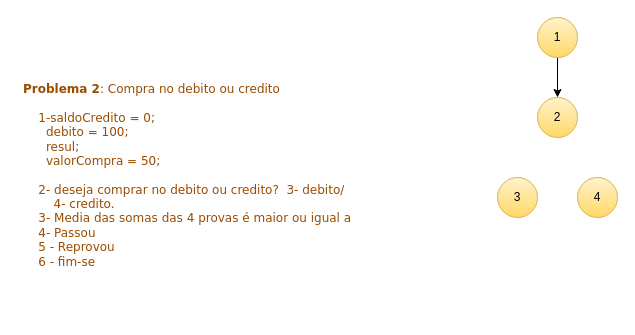
This is Grafo de fluxo 2.drawio from JudilenaGalvao/Prova2_GQS_Q2, a draw.io file, before an edit. Source tidied: cells renumbered, new cells numbered last; positions are measured from the earlier drawing's top-left corner, leaving out a move shared by most shapes. Both pictures are drawn from the tidied source at 100%, with x=0, y=0 at pixel (17, 17).
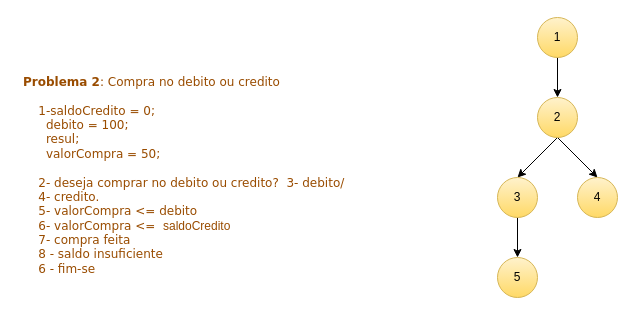
The same diagram, later.

What changed in the source:
```diff
@@
 <mxGraphModel>
   <root>
     <mxCell id="0" />
     <mxCell id="1" parent="0" />
-    <mxCell id="2" value="&lt;font color=&quot;#994c00&quot; face=&quot;Verdana&quot;&gt;&lt;b&gt;Problema 2&lt;/b&gt;: Compra no debito ou credito&lt;br&gt;&lt;br&gt;&lt;span style=&quot;&quot;&gt;&lt;span style=&quot;&quot;&gt;&amp;nbsp;&amp;nbsp;&amp;nbsp;&amp;nbsp;&lt;/span&gt;&lt;/span&gt;1-&lt;/font&gt;&lt;font face=&quot;Verdana&quot; color=&quot;#994c00&quot;&gt;saldoCredito = 0;&lt;/font&gt;&lt;font color=&quot;#994c00&quot; face=&quot;Verdana&quot;&gt;&lt;div&gt;&amp;nbsp;&lt;span style=&quot;&quot;&gt;&lt;span style=&quot;white-space: pre;&quot;&gt;&amp;nbsp;&amp;nbsp;&amp;nbsp;&amp;nbsp; &lt;/span&gt;&lt;/span&gt;debito = 100;&lt;/div&gt;&lt;div&gt;&amp;nbsp; &lt;span style=&quot;&quot;&gt;&lt;span style=&quot;white-space: pre;&quot;&gt;&amp;nbsp;&amp;nbsp;&amp;nbsp;&amp;nbsp;&lt;/span&gt;&lt;/span&gt;resul;&lt;/div&gt;&lt;div&gt;&amp;nbsp; &lt;span style=&quot;&quot;&gt;&lt;span style=&quot;white-space: pre;&quot;&gt;&amp;nbsp;&amp;nbsp;&amp;nbsp;&amp;nbsp;&lt;/span&gt;&lt;/span&gt;valorCompra = 50;&lt;/div&gt;&lt;br&gt;&lt;span style=&quot;&quot;&gt;&lt;span style=&quot;&quot;&gt;&amp;nbsp;&amp;nbsp;&amp;nbsp;&amp;nbsp;&lt;/span&gt;&lt;/span&gt;2- deseja comprar no debito ou credito?&amp;nbsp; 3- debito/ &lt;span style=&quot;white-space: pre;&quot;&gt;&#9;&lt;/span&gt;4-&amp;nbsp;credito.&lt;br&gt;&lt;span style=&quot;&quot;&gt;&lt;span style=&quot;&quot;&gt;&amp;nbsp;&amp;nbsp;&amp;nbsp;&amp;nbsp;&lt;/span&gt;&lt;/span&gt;3- Media das somas das 4 provas é maior ou igual a&amp;nbsp;&lt;br&gt;&lt;span style=&quot;&quot;&gt;&lt;span style=&quot;&quot;&gt;&amp;nbsp;&amp;nbsp;&amp;nbsp;&amp;nbsp;&lt;/span&gt;&lt;/span&gt;4- Passou&lt;br&gt;&amp;nbsp; &amp;nbsp; 5 - Reprovou&lt;br&gt;&amp;nbsp; &amp;nbsp; 6 - fim-se&lt;/font&gt;" style="text;strokeColor=none;fillColor=none;align=left;verticalAlign=middle;spacingLeft=4;spacingRight=4;overflow=hidden;whiteSpace=wrap;html=1;" parent="1" vertex="1">
+    <mxCell id="2" value="&lt;font color=&quot;#994c00&quot; face=&quot;Verdana&quot;&gt;&lt;b&gt;Problema 2&lt;/b&gt;: Compra no debito ou credito&lt;br&gt;&lt;br&gt;&lt;span style=&quot;&quot;&gt;&lt;span style=&quot;&quot;&gt;&amp;nbsp;&amp;nbsp;&amp;nbsp;&amp;nbsp;&lt;/span&gt;&lt;/span&gt;1-&lt;/font&gt;&lt;font face=&quot;Verdana&quot; color=&quot;#994c00&quot;&gt;saldoCredito = 0;&lt;/font&gt;&lt;font color=&quot;#994c00&quot; face=&quot;Verdana&quot;&gt;&lt;div&gt;&amp;nbsp;&lt;span style=&quot;&quot;&gt;&lt;span style=&quot;&quot;&gt;&amp;nbsp;&amp;nbsp;&amp;nbsp;&amp;nbsp; &lt;/span&gt;&lt;/span&gt;debito = 100;&lt;/div&gt;&lt;div&gt;&amp;nbsp; &lt;span style=&quot;&quot;&gt;&lt;span style=&quot;&quot;&gt;&amp;nbsp;&amp;nbsp;&amp;nbsp;&amp;nbsp;&lt;/span&gt;&lt;/span&gt;resul;&lt;/div&gt;&lt;div&gt;&amp;nbsp; &lt;span style=&quot;&quot;&gt;&lt;span style=&quot;&quot;&gt;&amp;nbsp;&amp;nbsp;&amp;nbsp;&amp;nbsp;&lt;/span&gt;&lt;/span&gt;valorCompra = 50;&lt;/div&gt;&lt;br&gt;&lt;span style=&quot;&quot;&gt;&lt;span style=&quot;&quot;&gt;&amp;nbsp;&amp;nbsp;&amp;nbsp;&amp;nbsp;&lt;/span&gt;&lt;/span&gt;2- deseja comprar no debito ou credito?&amp;nbsp; 3- debito/ &lt;span style=&quot;&quot;&gt;&lt;span style=&quot;white-space: pre;&quot;&gt;&amp;nbsp;&amp;nbsp;&amp;nbsp;&amp;nbsp;&lt;/span&gt;&lt;/span&gt;4-&amp;nbsp;credito.&lt;br&gt;&lt;span style=&quot;&quot;&gt;&lt;span style=&quot;&quot;&gt;&amp;nbsp; &amp;nbsp; 5&lt;/span&gt;&lt;/span&gt;- valorCompra &amp;lt;= debito&lt;br&gt;&amp;nbsp; &amp;nbsp; 6- valorCompra &amp;lt;=&amp;nbsp;&amp;nbsp;&lt;/font&gt;&lt;font color=&quot;#994c00&quot;&gt;saldoCredito&amp;nbsp;&lt;/font&gt;&lt;font color=&quot;#994c00&quot; face=&quot;Verdana&quot;&gt;&lt;br&gt;&lt;span style=&quot;&quot;&gt;&lt;span style=&quot;&quot;&gt;&amp;nbsp; &amp;nbsp; 7&lt;/span&gt;&lt;/span&gt;- compra feita&lt;br&gt;&amp;nbsp; &amp;nbsp; 8 - saldo insuficiente&lt;br&gt;&amp;nbsp; &amp;nbsp; 6 - fim-se&lt;/font&gt;" style="text;strokeColor=none;fillColor=none;align=left;verticalAlign=middle;spacingLeft=4;spacingRight=4;overflow=hidden;whiteSpace=wrap;html=1;" parent="1" vertex="1">
       <mxGeometry y="15" width="350" height="285" as="geometry" />
     </mxCell>
     <mxCell id="3" style="edgeStyle=orthogonalEdgeStyle;rounded=0;jettySize=auto;html=1;exitX=0.5;exitY=1;exitDx=0;exitDy=0;entryX=0.5;entryY=0;entryDx=0;entryDy=0;" parent="1" edge="1" source="4" target="5">
       <mxGeometry relative="1" as="geometry" />
     </mxCell>
     <mxCell id="4" value="1" style="ellipse;whiteSpace=wrap;html=1;fillColor=#fff2cc;strokeColor=#d6b656;gradientColor=#ffd966;" parent="1" vertex="1">
       <mxGeometry x="520" width="40" height="40" as="geometry" />
     </mxCell>
+    <mxCell id="8" style="rounded=0;jettySize=auto;html=1;exitX=0.5;exitY=1;exitDx=0;exitDy=0;entryX=0.5;entryY=0;entryDx=0;entryDy=0;" parent="1" edge="1" source="5" target="7">
+      <mxGeometry relative="1" as="geometry" />
+    </mxCell>
+    <mxCell id="9" style="edgeStyle=none;shape=connector;rounded=0;jettySize=auto;html=1;exitX=0.5;exitY=1;exitDx=0;exitDy=0;entryX=0.5;entryY=0;entryDx=0;entryDy=0;labelBackgroundColor=default;strokeColor=default;fontFamily=Helvetica;fontSize=11;fontColor=default;endArrow=classic;" parent="1" edge="1" source="5" target="6">
+      <mxGeometry relative="1" as="geometry" />
+    </mxCell>
     <mxCell id="5" value="2" style="ellipse;whiteSpace=wrap;html=1;fillColor=#fff2cc;strokeColor=#d6b656;gradientColor=#ffd966;" parent="1" vertex="1">
       <mxGeometry x="520" y="80" width="40" height="40" as="geometry" />
     </mxCell>
     <mxCell id="6" value="4" style="ellipse;whiteSpace=wrap;html=1;fillColor=#fff2cc;strokeColor=#d6b656;gradientColor=#ffd966;" parent="1" vertex="1">
       <mxGeometry x="560" y="160" width="40" height="40" as="geometry" />
     </mxCell>
+    <mxCell id="10" style="edgeStyle=none;shape=connector;rounded=0;jettySize=auto;html=1;exitX=0.5;exitY=1;exitDx=0;exitDy=0;labelBackgroundColor=default;strokeColor=default;fontFamily=Helvetica;fontSize=11;fontColor=default;endArrow=classic;" parent="1" edge="1" source="7" target="11">
+      <mxGeometry relative="1" as="geometry" />
+    </mxCell>
     <mxCell id="7" value="3" style="ellipse;whiteSpace=wrap;html=1;fillColor=#fff2cc;strokeColor=#d6b656;gradientColor=#ffd966;" parent="1" vertex="1">
       <mxGeometry x="480" y="160" width="40" height="40" as="geometry" />
     </mxCell>
+    <mxCell id="11" value="5" style="ellipse;whiteSpace=wrap;html=1;fillColor=#fff2cc;strokeColor=#d6b656;gradientColor=#ffd966;" parent="1" vertex="1">
+      <mxGeometry x="480" y="240" width="40" height="40" as="geometry" />
+    </mxCell>
   </root>
 </mxGraphModel>
```
